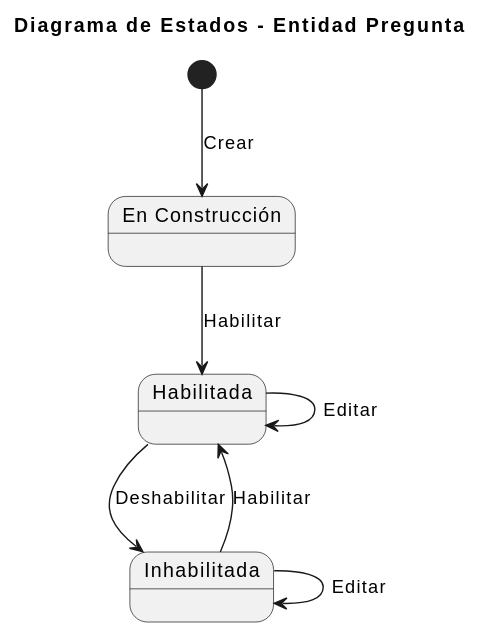
The PlantUML diagram documents/modelos/diagramas/diagramaEstados/diagramaEstadosPregunta/diagramaEstadosPregunta.svg in martinlopez7/25-26-IdSw1-SdR, before a commit. Its diagram source:
```plantuml
@startuml
title Diagrama de Estados - Entidad Pregunta

state "En Construcción" as construccion
state "Habilitada" as habilitada
state "Inhabilitada" as inhabilitada

[*] --> construccion : Crear
construccion --> habilitada : Habilitar

habilitada --> inhabilitada : Deshabilitar
inhabilitada --> habilitada : Habilitar

habilitada --> habilitada : Editar
inhabilitada --> inhabilitada : Editar
@enduml
```
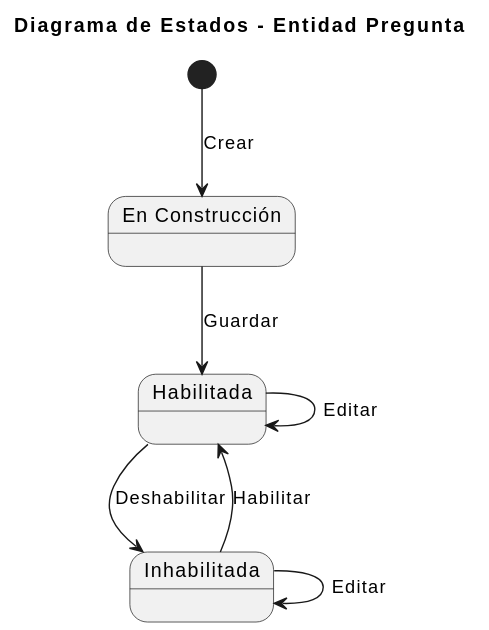
The same diagram one commit later.

Diff of the diagram source:
```diff
@@ -6,7 +6,7 @@
 state "Inhabilitada" as inhabilitada
 
 [*] --> construccion : Crear
-construccion --> habilitada : Habilitar
+construccion --> habilitada : Guardar
 
 habilitada --> inhabilitada : Deshabilitar
 inhabilitada --> habilitada : Habilitar
```
